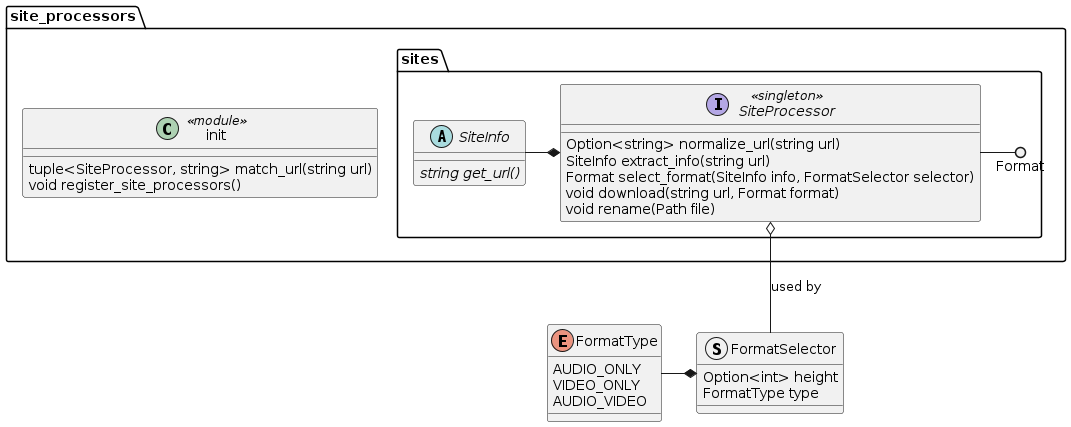
The PlantUML diagram design-doc_files/cls_site-singleton.png in JohnDevlopment/download-video, before a commit.
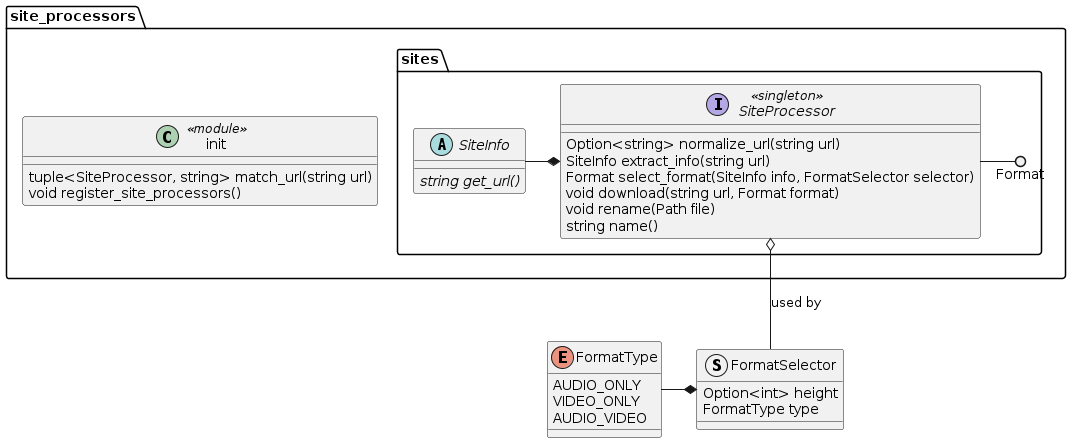
Later version of the same file.

Commit message:
[UPDATE] Site_processors: Add name() to interface

The edit, as a diff of the source:
```diff
@@ -12,6 +12,7 @@
             Format select_format(SiteInfo info, FormatSelector selector)
             void download(string url, Format format)
             void rename(Path file)
+            string name()
         }
         SiteProcessor -() Format
 
```
